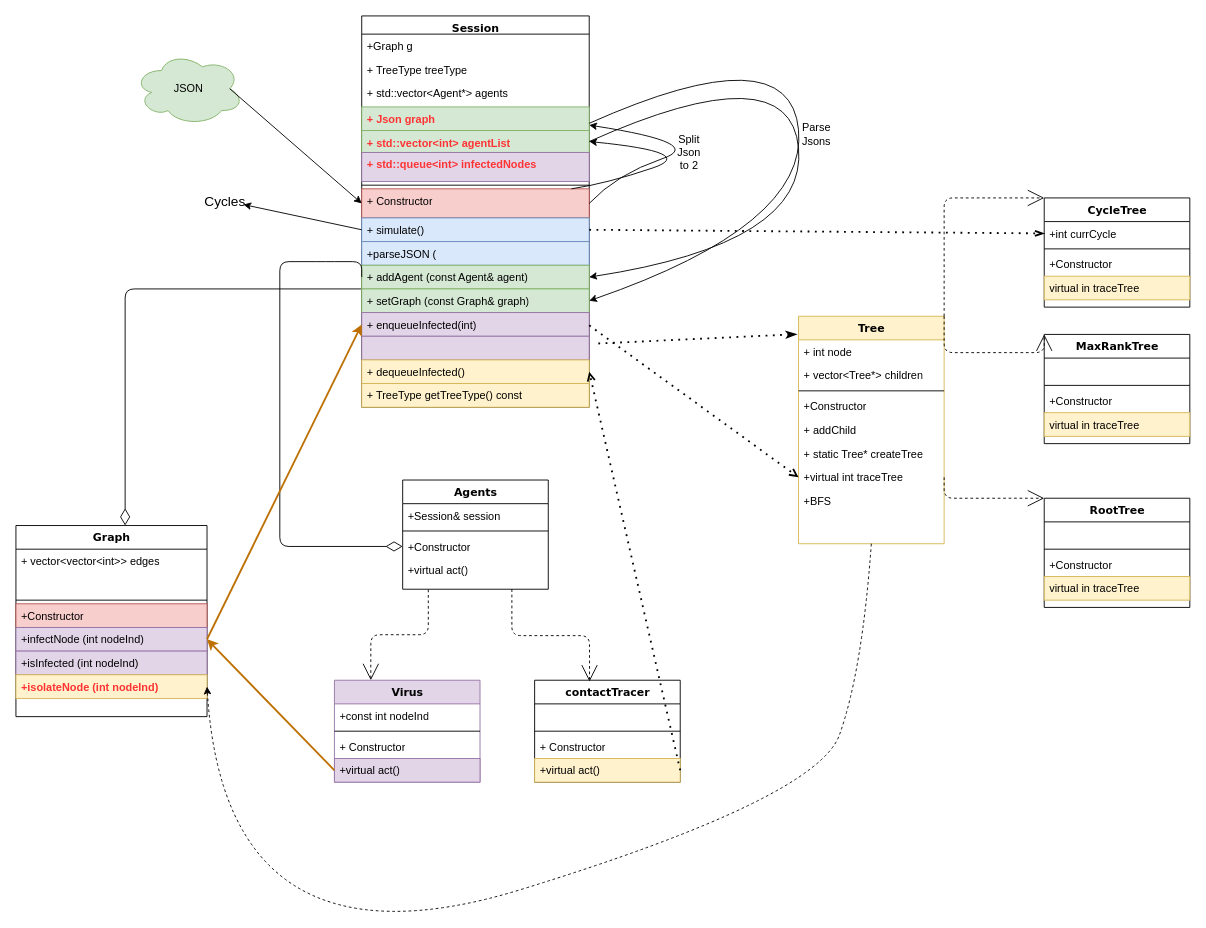
Avoz194/Advanced-Programing---Ass1 keeps this draw.io diagram as Untitled Diagram.drawio. Above is the earlier version. Source tidied: cells renumbered, new cells numbered last; positions are measured from the earlier drawing's top-left corner, leaving out a move shared by most shapes. Both pictures are drawn from the tidied source at 91%, with x=0, y=0 at pixel (15, 15).
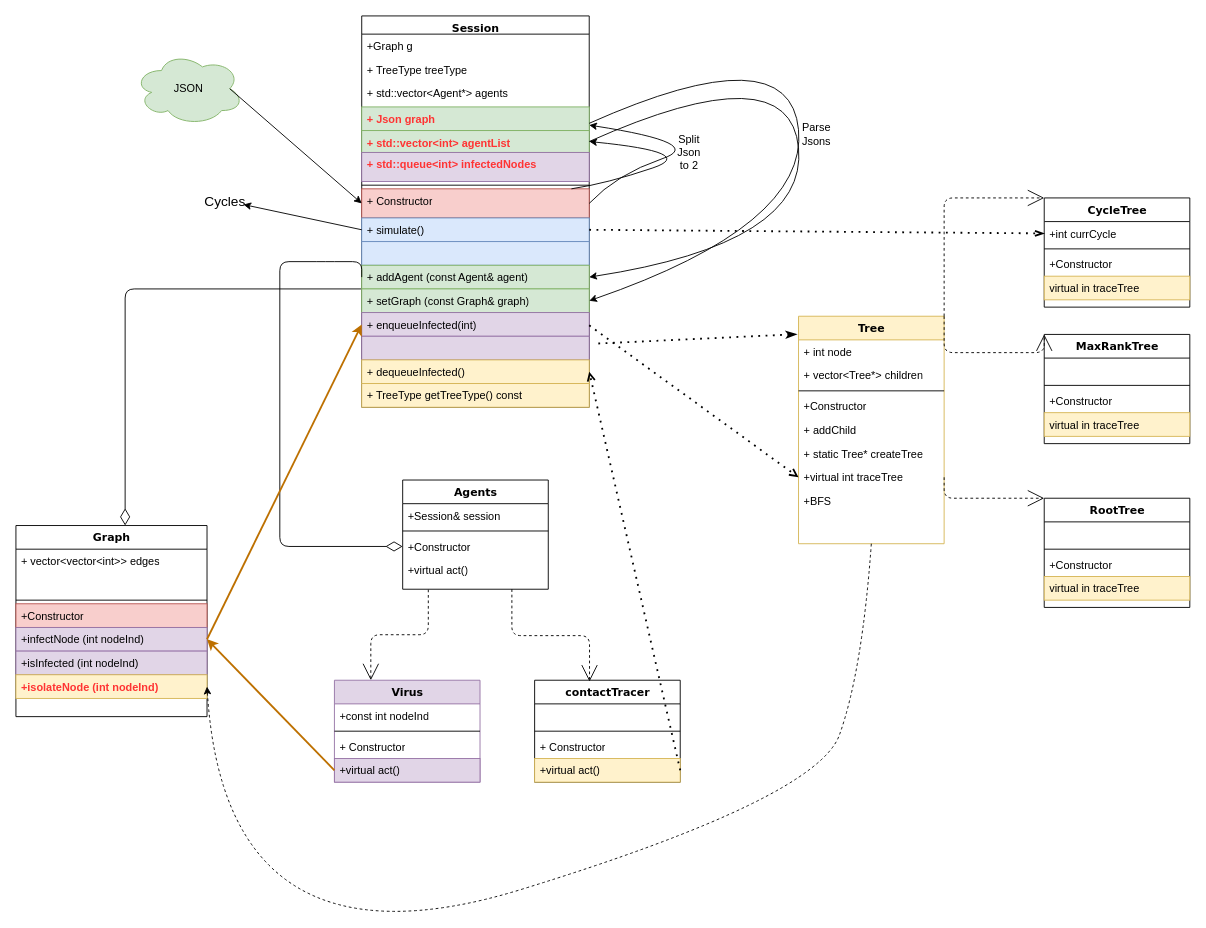
The same page after the edit.

Unchanged cells that the change refers to:
```xml
<mxCell id="3" value="Session" style="swimlane;html=1;fontStyle=1;align=center;verticalAlign=top;horizontal=1;startSize=20;swimlaneFillColor=#ffffff;rounded=0;shadow=0;comic=0;labelBackgroundColor=none;strokeWidth=1;fillColor=none;fontFamily=Verdana;fontSize=12;" parent="1" vertex="1">
  <mxGeometry x="380" width="250" height="430" as="geometry" />
</mxCell>
```

Diff of the diagram source:
```diff
@@
-    <mxCell id="13" value="+parseJSON (" style="text;html=1;strokeColor=#6c8ebf;fillColor=#dae8fc;align=left;verticalAlign=top;spacingLeft=4;spacingRight=4;whiteSpace=wrap;overflow=hidden;" parent="3" vertex="1">
+    <mxCell id="13" value="&amp;nbsp;" style="text;html=1;strokeColor=#6c8ebf;fillColor=#dae8fc;align=left;verticalAlign=top;spacingLeft=4;spacingRight=4;whiteSpace=wrap;overflow=hidden;" parent="3" vertex="1">
       <mxGeometry y="248" width="250" height="26" as="geometry" />
     </mxCell>
```
